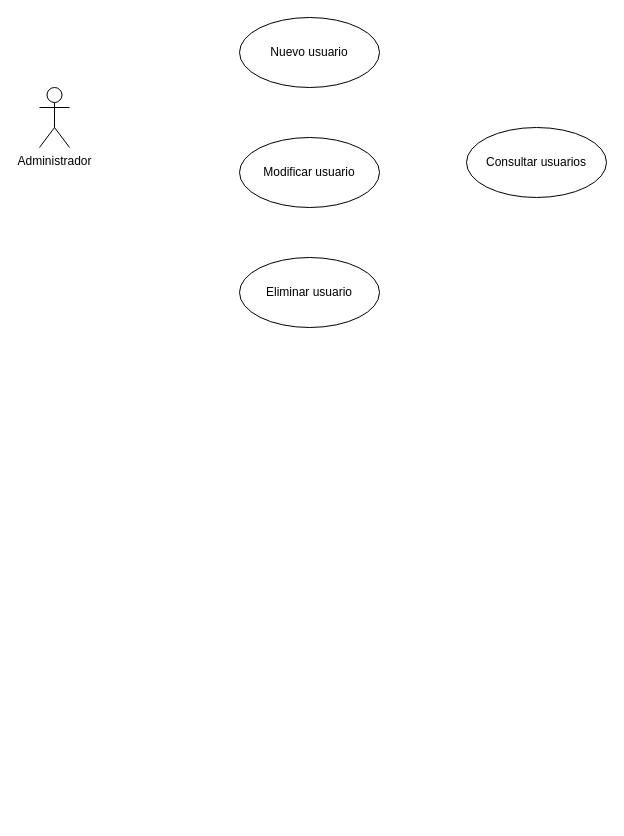
Above: Docu elaborada/CasosDeUso.drawio in pquella/buscaminas (draw.io), before the change. Source tidied: cells renumbered, new cells numbered last; positions are measured from the earlier drawing's top-left corner, leaving out a move shared by most shapes. Both pictures are drawn from the tidied source at 100%, with x=0, y=0 at pixel (39, 17).
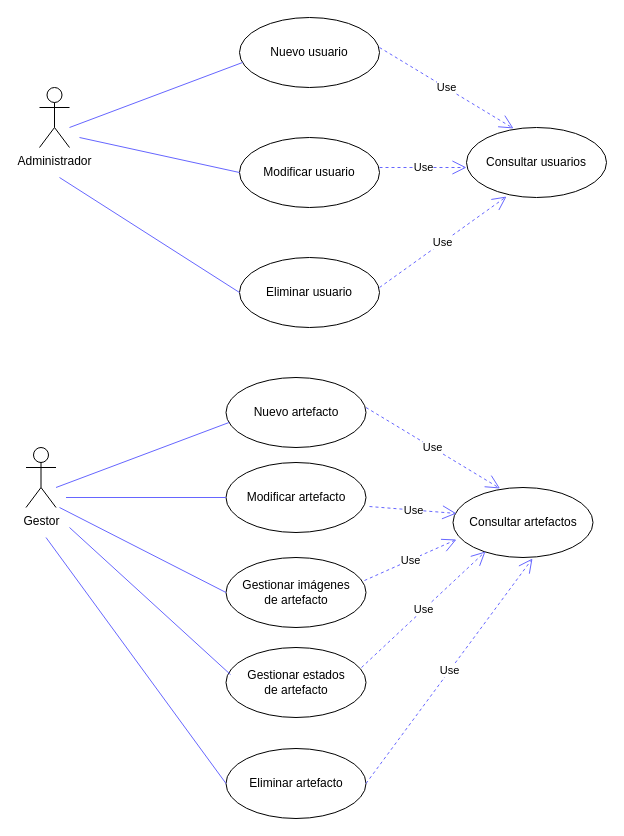
Above is the later version.

Unchanged cells that the change refers to:
```xml
<mxCell id="4" value="Modificar usuario" style="ellipse;whiteSpace=wrap;html=1;shadow=0;" parent="1" vertex="1">
  <mxGeometry x="200" y="120" width="140" height="70" as="geometry" />
</mxCell>
<mxCell id="5" value="Eliminar usuario" style="ellipse;whiteSpace=wrap;html=1;shadow=0;" parent="1" vertex="1">
  <mxGeometry x="200" y="240" width="140" height="70" as="geometry" />
</mxCell>
<mxCell id="6" value="Consultar usuarios" style="ellipse;whiteSpace=wrap;html=1;shadow=0;" parent="1" vertex="1">
  <mxGeometry x="427" y="110" width="140" height="70" as="geometry" />
</mxCell>
```

The edit, as a diff of the source:
```diff
@@
+    <mxCell id="7" style="endArrow=none;html=1;strokeColor=#6666FF;" parent="1" edge="1">
+      <mxGeometry relative="1" as="geometry">
+        <mxPoint x="30" y="110" as="sourcePoint" />
+        <mxPoint x="203" y="45" as="targetPoint" />
+      </mxGeometry>
+    </mxCell>
+    <mxCell id="8" style="endArrow=none;html=1;strokeColor=#6666FF;entryX=0;entryY=0.5;entryDx=0;entryDy=0;" parent="1" edge="1" target="4">
+      <mxGeometry relative="1" as="geometry">
+        <mxPoint x="40" y="120" as="sourcePoint" />
+      </mxGeometry>
+    </mxCell>
+    <mxCell id="9" style="endArrow=none;html=1;strokeColor=#6666FF;entryX=0;entryY=0.5;entryDx=0;entryDy=0;" parent="1" edge="1" target="5">
+      <mxGeometry relative="1" as="geometry">
+        <mxPoint x="20" y="160" as="sourcePoint" />
+      </mxGeometry>
+    </mxCell>
+    <mxCell id="10" value="Use" style="endArrow=open;endSize=12;dashed=1;html=1;strokeColor=#6666FF;entryX=0.336;entryY=0.014;entryDx=0;entryDy=0;entryPerimeter=0;" parent="1" edge="1" target="6">
+      <mxGeometry relative="1" as="geometry">
+        <mxPoint x="340" y="30" as="sourcePoint" />
+      </mxGeometry>
+    </mxCell>
+    <mxCell id="11" value="Use" style="endArrow=open;endSize=12;dashed=1;html=1;strokeColor=#6666FF;" parent="1" edge="1">
+      <mxGeometry relative="1" as="geometry">
+        <mxPoint x="340" y="150" as="sourcePoint" />
+        <mxPoint x="427" y="150" as="targetPoint" />
+      </mxGeometry>
+    </mxCell>
+    <mxCell id="12" value="Use" style="endArrow=open;endSize=12;dashed=1;html=1;strokeColor=#6666FF;entryX=0.286;entryY=0.986;entryDx=0;entryDy=0;entryPerimeter=0;" parent="1" edge="1" target="6">
+      <mxGeometry relative="1" as="geometry">
+        <mxPoint x="340" y="270" as="sourcePoint" />
+      </mxGeometry>
+    </mxCell>
+    <mxCell id="13" value="Gestor" style="shape=umlActor;verticalLabelPosition=bottom;labelBackgroundColor=#ffffff;verticalAlign=top;html=1;shadow=0;" parent="1" vertex="1">
+      <mxGeometry x="-13.5" y="430" width="30" height="60" as="geometry" />
+    </mxCell>
+    <mxCell id="14" value="Nuevo artefacto" style="ellipse;whiteSpace=wrap;html=1;shadow=0;" parent="1" vertex="1">
+      <mxGeometry x="186.5" y="360" width="140" height="70" as="geometry" />
+    </mxCell>
+    <mxCell id="15" value="Modificar artefacto" style="ellipse;whiteSpace=wrap;html=1;shadow=0;" parent="1" vertex="1">
+      <mxGeometry x="186.5" y="445" width="140" height="70" as="geometry" />
+    </mxCell>
+    <mxCell id="16" value="Eliminar artefacto" style="ellipse;whiteSpace=wrap;html=1;shadow=0;" parent="1" vertex="1">
+      <mxGeometry x="186.5" y="731" width="140" height="70" as="geometry" />
+    </mxCell>
+    <mxCell id="17" value="Consultar artefactos" style="ellipse;whiteSpace=wrap;html=1;shadow=0;" parent="1" vertex="1">
+      <mxGeometry x="413.5" y="470" width="140" height="70" as="geometry" />
+    </mxCell>
+    <mxCell id="18" style="endArrow=none;html=1;strokeColor=#6666FF;" parent="1" edge="1">
+      <mxGeometry relative="1" as="geometry">
+        <mxPoint x="16.5" y="470" as="sourcePoint" />
+        <mxPoint x="189.5" y="405" as="targetPoint" />
+      </mxGeometry>
+    </mxCell>
+    <mxCell id="19" style="endArrow=none;html=1;strokeColor=#6666FF;entryX=0;entryY=0.5;entryDx=0;entryDy=0;" parent="1" edge="1" target="15">
+      <mxGeometry relative="1" as="geometry">
+        <mxPoint x="26.5" y="480" as="sourcePoint" />
+      </mxGeometry>
+    </mxCell>
+    <mxCell id="20" style="endArrow=none;html=1;strokeColor=#6666FF;entryX=0;entryY=0.5;entryDx=0;entryDy=0;" parent="1" edge="1" target="16">
+      <mxGeometry relative="1" as="geometry">
+        <mxPoint x="6.5" y="520" as="sourcePoint" />
+      </mxGeometry>
+    </mxCell>
+    <mxCell id="21" value="Use" style="endArrow=open;endSize=12;dashed=1;html=1;strokeColor=#6666FF;entryX=0.336;entryY=0.014;entryDx=0;entryDy=0;entryPerimeter=0;" parent="1" edge="1" target="17">
+      <mxGeometry relative="1" as="geometry">
+        <mxPoint x="326.5" y="390" as="sourcePoint" />
+      </mxGeometry>
+    </mxCell>
+    <mxCell id="22" value="Use" style="endArrow=open;endSize=12;dashed=1;html=1;strokeColor=#6666FF;exitX=1.025;exitY=0.629;exitDx=0;exitDy=0;exitPerimeter=0;entryX=0.025;entryY=0.371;entryDx=0;entryDy=0;entryPerimeter=0;" parent="1" edge="1" source="15" target="17">
+      <mxGeometry relative="1" as="geometry" />
+    </mxCell>
+    <mxCell id="23" value="Use" style="endArrow=open;endSize=12;dashed=1;html=1;strokeColor=#6666FF;entryX=0.568;entryY=1.014;entryDx=0;entryDy=0;entryPerimeter=0;exitX=1;exitY=0.5;exitDx=0;exitDy=0;" parent="1" edge="1" source="16" target="17">
+      <mxGeometry relative="1" as="geometry" />
+    </mxCell>
+    <mxCell id="24" value="&lt;div&gt;Gestionar imágenes&lt;/div&gt;&lt;div&gt;de artefacto&lt;br&gt;&lt;/div&gt;" style="ellipse;whiteSpace=wrap;html=1;shadow=0;" parent="1" vertex="1">
+      <mxGeometry x="186.5" y="540" width="140" height="70" as="geometry" />
+    </mxCell>
+    <mxCell id="25" style="endArrow=none;html=1;strokeColor=#6666FF;entryX=0;entryY=0.5;entryDx=0;entryDy=0;" parent="1" edge="1" target="24">
+      <mxGeometry relative="1" as="geometry">
+        <mxPoint x="20" y="490" as="sourcePoint" />
+      </mxGeometry>
+    </mxCell>
+    <mxCell id="26" value="Use" style="endArrow=open;endSize=12;dashed=1;html=1;strokeColor=#6666FF;entryX=0.025;entryY=0.743;entryDx=0;entryDy=0;entryPerimeter=0;exitX=0.989;exitY=0.329;exitDx=0;exitDy=0;exitPerimeter=0;" parent="1" edge="1" source="24" target="17">
+      <mxGeometry relative="1" as="geometry" />
+    </mxCell>
+    <mxCell id="27" value="&lt;div&gt;Gestionar estados&lt;/div&gt;&lt;div&gt; de artefacto&lt;br&gt;&lt;/div&gt;" style="ellipse;whiteSpace=wrap;html=1;shadow=0;" parent="1" vertex="1">
+      <mxGeometry x="186.5" y="630" width="140" height="70" as="geometry" />
+    </mxCell>
+    <mxCell id="28" value="Use" style="endArrow=open;endSize=12;dashed=1;html=1;strokeColor=#6666FF;entryX=0.232;entryY=0.914;entryDx=0;entryDy=0;entryPerimeter=0;exitX=0.968;exitY=0.286;exitDx=0;exitDy=0;exitPerimeter=0;" parent="1" edge="1" source="27" target="17">
+      <mxGeometry relative="1" as="geometry" />
+    </mxCell>
+    <mxCell id="29" style="endArrow=none;html=1;strokeColor=#6666FF;entryX=0.032;entryY=0.386;entryDx=0;entryDy=0;entryPerimeter=0;" parent="1" edge="1" target="27">
+      <mxGeometry relative="1" as="geometry">
+        <mxPoint x="30" y="510" as="sourcePoint" />
+      </mxGeometry>
+    </mxCell>
```
